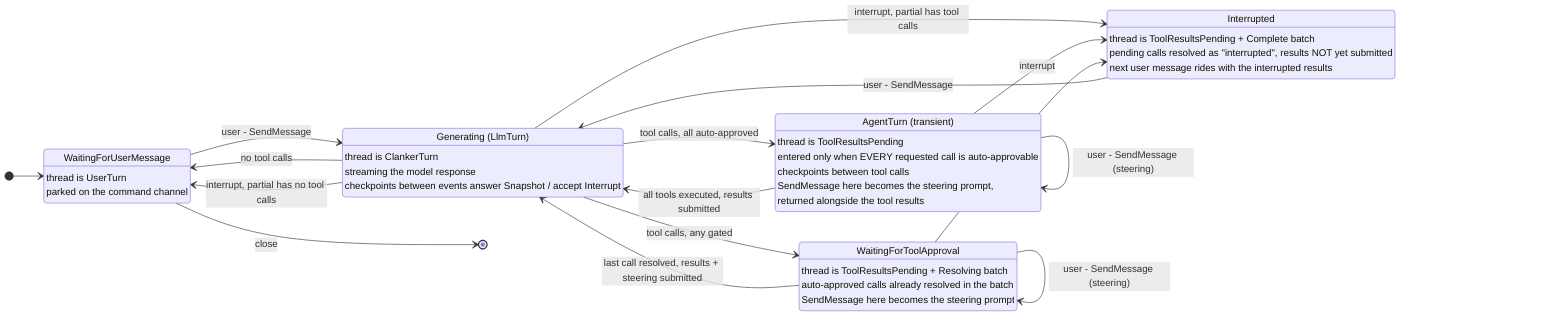
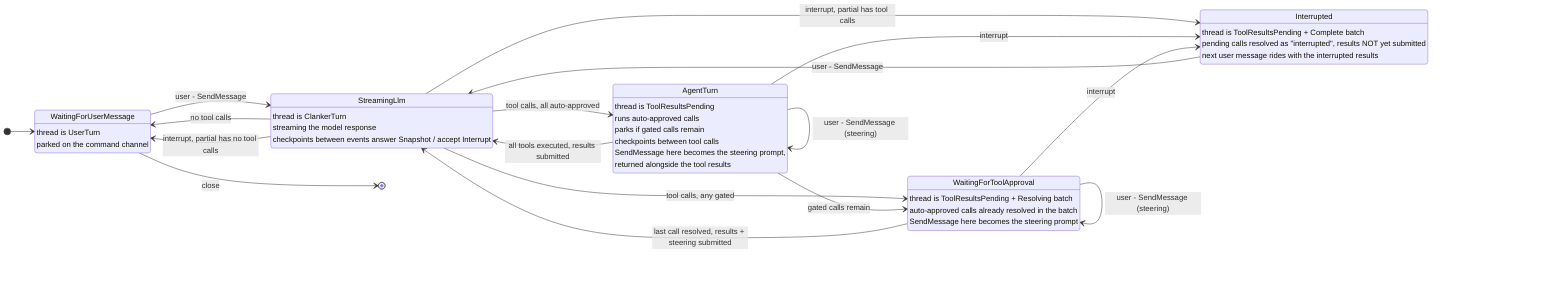
%%{init: {"state": {"nodeSpacing": 110, "rankSpacing": 110}}}%%

%% Session automaton (agent-core/src/session/sess_automaton.rs).
- %% Each state maps to a `Parked` variant, except Generating and AgentTurn,
- %% which run inline in the pump and are never held by the driver.
+ %% Each state maps to the private `State` enum and is driven directly by
+ %% `Session::run`.
%% This is the long-running session view; harness-state.mmd is the
%% per-turn lifecycle view.

stateDiagram-v2
    direction LR

    state "WaitingForUserMessage" as Ready
-     state "Generating (LlmTurn)" as Gen
-     state "AgentTurn (transient)" as Agent
+     state "StreamingLlm" as Gen
+     state "AgentTurn" as Agent
    state "WaitingForToolApproval" as Approval
    state "Interrupted" as Intr

    Ready : thread is UserTurn
    Ready : parked on the command channel

    Gen : thread is ClankerTurn
    Gen : streaming the model response
    Gen : checkpoints between events answer Snapshot / accept Interrupt

    Agent : thread is ToolResultsPending
-     Agent : entered only when EVERY requested call is auto-approvable
+     Agent : runs auto-approved calls
+     Agent : parks if gated calls remain
    Agent : checkpoints between tool calls
    Agent : SendMessage here becomes the steering prompt,
    Agent : returned alongside the tool results

    Approval : thread is ToolResultsPending + Resolving batch
    Approval : auto-approved calls already resolved in the batch
    Approval : SendMessage here becomes the steering prompt

    Intr : thread is ToolResultsPending + Complete batch
    Intr : pending calls resolved as "interrupted", results NOT yet submitted
    Intr : next user message rides with the interrupted results

    [*] --> Ready
    Ready --> Gen : user - SendMessage

    Gen --> Ready : no tool calls
    Gen --> Agent : tool calls, all auto-approved
    Gen --> Approval : tool calls, any gated
    Gen --> Ready : interrupt, partial has no tool calls
    Gen --> Intr : interrupt, partial has tool calls

    Agent --> Agent : user - SendMessage (steering)
+     Agent --> Approval : gated calls remain
    Agent --> Gen : all tools executed, results submitted
    Agent --> Intr : interrupt

    Approval --> Approval : approve/deny one call (executes inline)
    Approval --> Approval : user - SendMessage (steering)
    Approval --> Gen : last call resolved, results + steering submitted
    Approval --> Intr : interrupt

    Intr --> Gen : user - SendMessage

    Ready --> [*] : close
